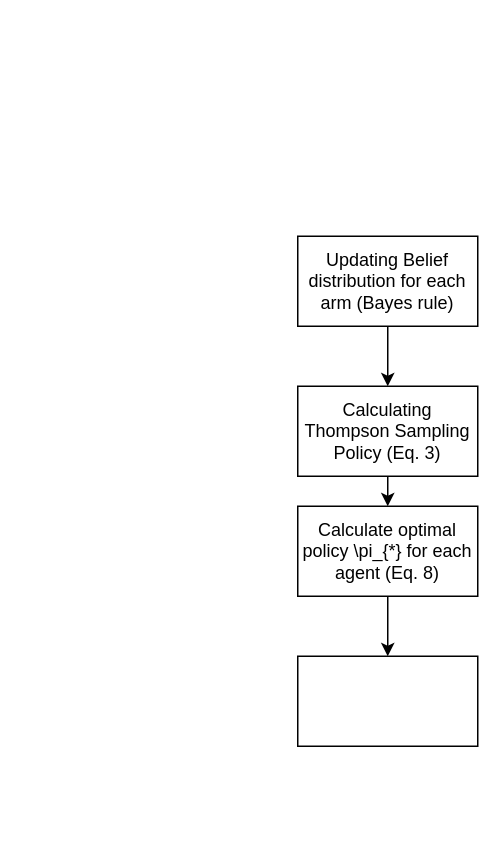
Above: Untitled Diagram.drawio in erfunmirzaei/Social_Bandit (draw.io), before the change. Source tidied: cells renumbered, new cells numbered last; positions are measured from the earlier drawing's top-left corner, leaving out a move shared by most shapes. Both pictures are drawn from the tidied source at 150%, with x=0, y=0 at pixel (297, 236).
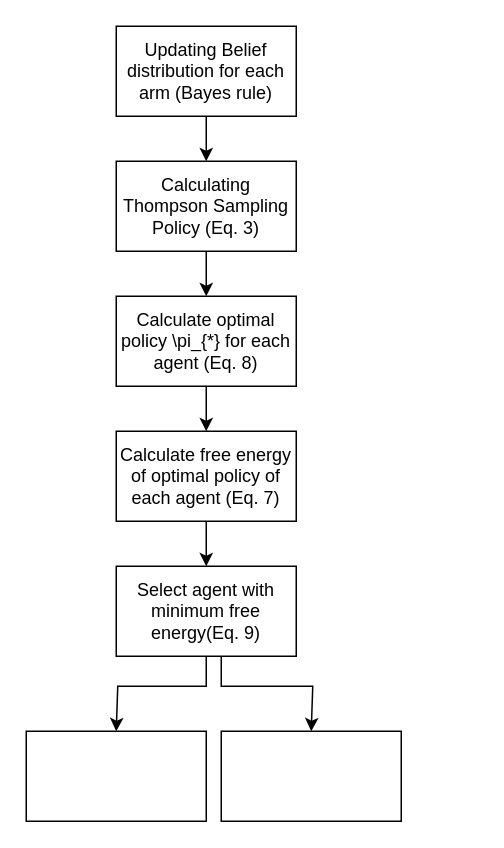
Above is the later version.

The edit, as a diff of the source:
```diff
@@
 <mxGraphModel>
   <root>
     <mxCell id="0" />
     <mxCell id="1" parent="0" />
     <mxCell id="2" style="edgeStyle=orthogonalEdgeStyle;rounded=0;jettySize=auto;html=1;exitX=0.5;exitY=1;exitDx=0;exitDy=0;entryX=0.5;entryY=0;entryDx=0;entryDy=0;" parent="1" edge="1" source="3" target="5">
       <mxGeometry relative="1" as="geometry" />
     </mxCell>
     <mxCell id="3" value="Updating Belief distribution for each arm (Bayes rule)" style="rounded=0;whiteSpace=wrap;html=1;" parent="1" vertex="1">
-      <mxGeometry width="120" height="60" as="geometry" />
+      <mxGeometry x="-121" y="-140" width="120" height="60" as="geometry" />
     </mxCell>
-    <mxCell id="4" style="edgeStyle=orthogonalEdgeStyle;rounded=0;jettySize=auto;html=1;" parent="1" edge="1" source="5">
-      <mxGeometry relative="1" as="geometry">
-        <mxPoint x="59" y="180" as="targetPoint" />
-      </mxGeometry>
+    <mxCell id="4" style="edgeStyle=orthogonalEdgeStyle;rounded=0;jettySize=auto;html=1;entryX=0.5;entryY=0;entryDx=0;entryDy=0;" parent="1" edge="1" source="5" target="7">
+      <mxGeometry relative="1" as="geometry" />
     </mxCell>
     <mxCell id="5" value="Calculating Thompson Sampling Policy (Eq. 3)" style="rounded=0;whiteSpace=wrap;html=1;" parent="1" vertex="1">
-      <mxGeometry y="100" width="120" height="60" as="geometry" />
+      <mxGeometry x="-121" y="-50" width="120" height="60" as="geometry" />
     </mxCell>
-    <mxCell id="6" style="edgeStyle=orthogonalEdgeStyle;rounded=0;jettySize=auto;html=1;exitX=0.5;exitY=1;exitDx=0;exitDy=0;" parent="1" edge="1" source="7">
-      <mxGeometry relative="1" as="geometry">
-        <mxPoint x="60" y="280" as="targetPoint" />
-      </mxGeometry>
+    <mxCell id="6" style="edgeStyle=orthogonalEdgeStyle;rounded=0;jettySize=auto;html=1;exitX=0.5;exitY=1;exitDx=0;exitDy=0;entryX=0.5;entryY=0;entryDx=0;entryDy=0;" parent="1" edge="1" source="7" target="8">
+      <mxGeometry relative="1" as="geometry" />
     </mxCell>
     <mxCell id="7" value="Calculate optimal policy \pi_{*} for each agent (Eq. 8)" style="rounded=0;whiteSpace=wrap;html=1;" parent="1" vertex="1">
-      <mxGeometry y="180" width="120" height="60" as="geometry" />
+      <mxGeometry x="-121" y="40" width="120" height="60" as="geometry" />
     </mxCell>
+    <mxCell id="9" style="edgeStyle=orthogonalEdgeStyle;rounded=0;jettySize=auto;html=1;exitX=0.5;exitY=1;exitDx=0;exitDy=0;entryX=0.5;entryY=0;entryDx=0;entryDy=0;" parent="1" edge="1" source="8" target="12">
+      <mxGeometry relative="1" as="geometry" />
+    </mxCell>
-    <mxCell id="8" style="rounded=0;whiteSpace=wrap;html=1;" parent="1" vertex="1">
-      <mxGeometry y="280" width="120" height="60" as="geometry" />
+    <mxCell id="8" value="Calculate free energy of optimal policy of each agent (Eq. 7)" style="rounded=0;whiteSpace=wrap;html=1;" parent="1" vertex="1">
+      <mxGeometry x="-121" y="130" width="120" height="60" as="geometry" />
     </mxCell>
+    <mxCell id="10" style="edgeStyle=orthogonalEdgeStyle;rounded=0;jettySize=auto;html=1;" parent="1" edge="1" source="12">
+      <mxGeometry relative="1" as="geometry">
+        <mxPoint x="-121" y="330" as="targetPoint" />
+        <Array as="points">
+          <mxPoint x="-61" y="300" />
+          <mxPoint x="-120" y="300" />
+        </Array>
+      </mxGeometry>
+    </mxCell>
+    <mxCell id="11" style="edgeStyle=orthogonalEdgeStyle;rounded=0;orthogonalLoop=1;jettySize=auto;html=1;exitX=0.5;exitY=1;exitDx=0;exitDy=0;" parent="1" edge="1">
+      <mxGeometry relative="1" as="geometry">
+        <mxPoint x="-51" y="280" as="sourcePoint" />
+        <mxPoint x="9" y="330" as="targetPoint" />
+        <Array as="points">
+          <mxPoint x="-51" y="300" />
+          <mxPoint x="10" y="300" />
+        </Array>
+      </mxGeometry>
+    </mxCell>
+    <mxCell id="12" value="Select agent with minimum free energy(Eq. 9)" style="rounded=0;whiteSpace=wrap;html=1;" parent="1" vertex="1">
+      <mxGeometry x="-121" y="220" width="120" height="60" as="geometry" />
+    </mxCell>
+    <mxCell id="13" style="rounded=0;whiteSpace=wrap;html=1;" parent="1" vertex="1">
+      <mxGeometry x="-181" y="330" width="120" height="60" as="geometry" />
+    </mxCell>
+    <mxCell id="14" style="rounded=0;whiteSpace=wrap;html=1;" parent="1" vertex="1">
+      <mxGeometry x="-51" y="330" width="120" height="60" as="geometry" />
+    </mxCell>
   </root>
 </mxGraphModel>
```
